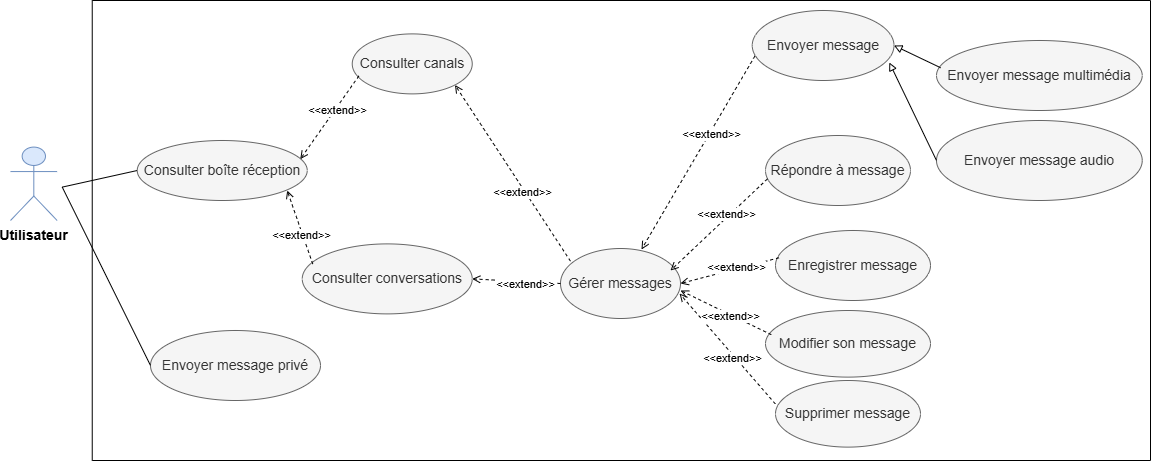
Before: Images/Diagramme cas d'utilisationMessagerie.png, a diagram exported from draw.io (rihab-dev/Rapport-PFE). Source tidied: cells renumbered, new cells last; positions are measured from the earlier drawing's top-left corner, leaving out a move shared by most shapes.
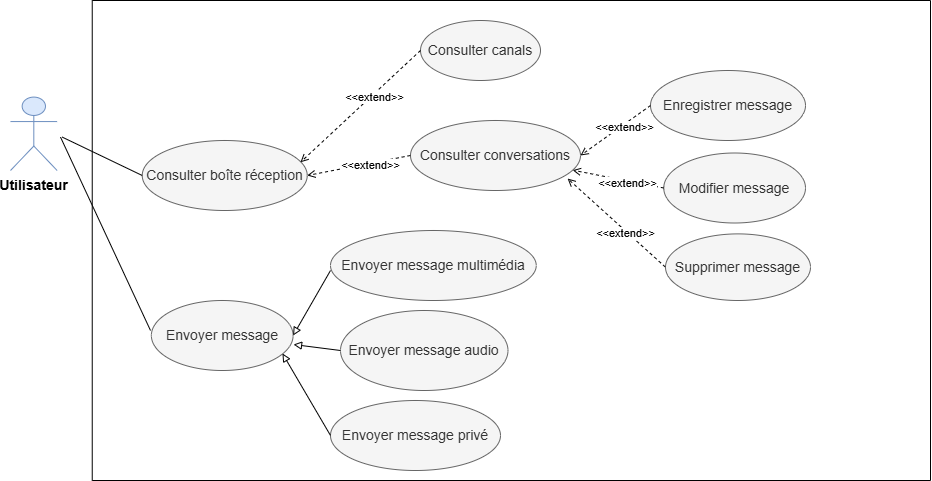
After the commit.

Diff of the diagram source:
```diff
@@ -2,129 +2,95 @@
   <root>
     <mxCell id="0" />
     <mxCell id="1" parent="0" />
-    <mxCell id="2" style="swimlane;startSize=0;" parent="1" vertex="1">
-      <mxGeometry x="81.7" width="1058.3" height="460" as="geometry" />
-    </mxCell>
+    <mxCell id="38" style="swimlane;startSize=0;" parent="1" vertex="1">
+      <mxGeometry x="81.7" y="50" width="838.3" height="480" as="geometry" />
+    </mxCell>
-    <mxCell id="3" value="&lt;font style=&quot;font-size: 14px;&quot;&gt;Consulter canals&lt;/font&gt;" style="ellipse;whiteSpace=wrap;html=1;fillColor=#f5f5f5;fontColor=#333333;strokeColor=#666666;" parent="2" vertex="1">
-      <mxGeometry x="260" y="33.4" width="120" height="60" as="geometry" />
+    <mxCell id="3" value="&lt;font style=&quot;font-size: 14px;&quot;&gt;Consulter canals&lt;/font&gt;" style="ellipse;whiteSpace=wrap;html=1;fillColor=#f5f5f5;fontColor=#333333;strokeColor=#666666;" parent="38" vertex="1">
+      <mxGeometry x="328.3" y="20" width="120" height="60" as="geometry" />
     </mxCell>
-    <mxCell id="4" value="&lt;p&gt;&lt;font style=&quot;font-size: 14px;&quot;&gt;Consulter boîte réception&lt;/font&gt;&lt;/p&gt;" style="ellipse;whiteSpace=wrap;html=1;fillColor=#f5f5f5;fontColor=#333333;strokeColor=#666666;" parent="2" vertex="1">
-      <mxGeometry x="45" y="140" width="170" height="60" as="geometry" />
+    <mxCell id="4" value="&lt;p&gt;&lt;font style=&quot;font-size: 14px;&quot;&gt;Consulter boîte réception&lt;/font&gt;&lt;/p&gt;" style="ellipse;whiteSpace=wrap;html=1;fillColor=#f5f5f5;fontColor=#333333;strokeColor=#666666;" parent="38" vertex="1">
+      <mxGeometry x="50" y="140" width="165" height="70" as="geometry" />
     </mxCell>
-    <mxCell id="5" value="&lt;font style=&quot;font-size: 14px;&quot;&gt;Modifier son message&lt;/font&gt;" style="ellipse;whiteSpace=wrap;html=1;fillColor=#f5f5f5;fontColor=#333333;strokeColor=#666666;" parent="2" vertex="1">
-      <mxGeometry x="673.3" y="310" width="165" height="66.6" as="geometry" />
-    </mxCell>
+    <mxCell id="39" value="&lt;font style=&quot;font-size: 14px;&quot;&gt;Modifier message&lt;/font&gt;" style="ellipse;whiteSpace=wrap;html=1;fillColor=#f5f5f5;fontColor=#333333;strokeColor=#666666;" parent="38" vertex="1">
+      <mxGeometry x="571.5" y="152.5" width="141.7" height="70" as="geometry" />
+    </mxCell>
-    <mxCell id="6" value="&lt;font style=&quot;font-size: 14px;&quot;&gt;Supprimer message&lt;/font&gt;" style="ellipse;whiteSpace=wrap;html=1;fillColor=#f5f5f5;fontColor=#333333;strokeColor=#666666;" parent="2" vertex="1">
-      <mxGeometry x="683.3" y="380" width="145" height="66.6" as="geometry" />
+    <mxCell id="6" value="&lt;font style=&quot;font-size: 14px;&quot;&gt;Supprimer message&lt;/font&gt;" style="ellipse;whiteSpace=wrap;html=1;fillColor=#f5f5f5;fontColor=#333333;strokeColor=#666666;" parent="38" vertex="1">
+      <mxGeometry x="573.3" y="233.4" width="145" height="66.6" as="geometry" />
     </mxCell>
-    <mxCell id="7" value="&lt;font style=&quot;font-size: 14px;&quot;&gt;Consulter conversations&lt;/font&gt;" style="ellipse;whiteSpace=wrap;html=1;fillColor=#f5f5f5;fontColor=#333333;strokeColor=#666666;" parent="2" vertex="1">
-      <mxGeometry x="210" y="243.4" width="170" height="70" as="geometry" />
+    <mxCell id="7" value="&lt;font style=&quot;font-size: 14px;&quot;&gt;Consulter conversations&lt;/font&gt;" style="ellipse;whiteSpace=wrap;html=1;fillColor=#f5f5f5;fontColor=#333333;strokeColor=#666666;" parent="38" vertex="1">
+      <mxGeometry x="318.3" y="120" width="170" height="70" as="geometry" />
     </mxCell>
-    <mxCell id="8" value="&lt;font style=&quot;font-size: 14px;&quot;&gt;Enregistrer message&lt;/font&gt;" style="ellipse;whiteSpace=wrap;html=1;fillColor=#f5f5f5;fontColor=#333333;strokeColor=#666666;" parent="2" vertex="1">
-      <mxGeometry x="683.3" y="230" width="155" height="70" as="geometry" />
+    <mxCell id="8" value="&lt;font style=&quot;font-size: 14px;&quot;&gt;Enregistrer message&lt;/font&gt;" style="ellipse;whiteSpace=wrap;html=1;fillColor=#f5f5f5;fontColor=#333333;strokeColor=#666666;" parent="38" vertex="1">
+      <mxGeometry x="558.3" y="70" width="155" height="70" as="geometry" />
     </mxCell>
-    <mxCell id="9" value="&lt;font style=&quot;font-size: 14px;&quot;&gt;Envoyer message privé&lt;/font&gt;" style="ellipse;whiteSpace=wrap;html=1;fillColor=#f5f5f5;fontColor=#333333;strokeColor=#666666;" parent="2" vertex="1">
-      <mxGeometry x="58.3" y="330" width="170" height="70" as="geometry" />
+    <mxCell id="9" value="&lt;font style=&quot;font-size: 14px;&quot;&gt;Envoyer message privé&lt;/font&gt;" style="ellipse;whiteSpace=wrap;html=1;fillColor=#f5f5f5;fontColor=#333333;strokeColor=#666666;" parent="38" vertex="1">
+      <mxGeometry x="238.3" y="400" width="170" height="70" as="geometry" />
     </mxCell>
-    <mxCell id="10" value="&lt;font style=&quot;font-size: 14px;&quot;&gt;Gérer messages&lt;/font&gt;" style="ellipse;whiteSpace=wrap;html=1;fillColor=#f5f5f5;fontColor=#333333;strokeColor=#666666;" parent="2" vertex="1">
-      <mxGeometry x="468.3" y="248" width="120" height="70" as="geometry" />
-    </mxCell>
-    <mxCell id="11" style="endArrow=open;html=1;rounded=0;exitX=0.083;exitY=0.181;exitDx=0;exitDy=0;endFill=0;dashed=1;exitPerimeter=0;entryX=1;entryY=1;entryDx=0;entryDy=0;" parent="2" edge="1" source="10" target="3">
-      <mxGeometry relative="1" as="geometry" />
-    </mxCell>
-    <mxCell id="12" value="&amp;lt;&amp;lt;extend&amp;gt;&amp;gt;" style="edgeLabel;html=1;align=center;verticalAlign=middle;" parent="11" vertex="1">
-      <mxGeometry x="-0.2" y="2" relative="1" as="geometry" />
-    </mxCell>
-    <mxCell id="13" style="endArrow=open;html=1;rounded=0;endFill=0;dashed=1;entryX=1;entryY=0.5;entryDx=0;entryDy=0;exitX=0;exitY=0.5;exitDx=0;exitDy=0;" parent="2" edge="1" source="10" target="7">
-      <mxGeometry relative="1" as="geometry" />
-    </mxCell>
-    <mxCell id="14" value="&amp;lt;&amp;lt;extend&amp;gt;&amp;gt;" style="edgeLabel;html=1;align=center;verticalAlign=middle;" parent="13" vertex="1">
-      <mxGeometry x="-0.2" y="2" relative="1" as="geometry" />
-    </mxCell>
-    <mxCell id="15" style="endArrow=open;html=1;rounded=0;exitX=0.055;exitY=0.701;exitDx=0;exitDy=0;endFill=0;dashed=1;entryX=0.959;entryY=0.311;entryDx=0;entryDy=0;entryPerimeter=0;exitPerimeter=0;" parent="2" edge="1" source="3" target="4">
+    <mxCell id="15" style="endArrow=open;html=1;rounded=0;exitX=0;exitY=0.5;exitDx=0;exitDy=0;endFill=0;dashed=1;entryX=0.959;entryY=0.311;entryDx=0;entryDy=0;entryPerimeter=0;" parent="38" edge="1" source="3" target="4">
       <mxGeometry relative="1" as="geometry" />
     </mxCell>
-    <mxCell id="16" value="&amp;lt;&amp;lt;extend&amp;gt;&amp;gt;" style="edgeLabel;html=1;align=center;verticalAlign=middle;" parent="15" vertex="1">
-      <mxGeometry x="-0.2" y="2" relative="1" as="geometry" />
-    </mxCell>
+    <mxCell id="40" value="&amp;lt;&amp;lt;extend&amp;gt;&amp;gt;" style="edgeLabel;html=1;align=center;verticalAlign=middle;" parent="15" vertex="1">
+      <mxGeometry x="-0.2" y="2" relative="1" as="geometry" />
+    </mxCell>
-    <mxCell id="17" style="endArrow=open;html=1;rounded=0;exitX=0.062;exitY=0.288;exitDx=0;exitDy=0;endFill=0;dashed=1;entryX=0.882;entryY=0.833;entryDx=0;entryDy=0;entryPerimeter=0;exitPerimeter=0;" parent="2" edge="1" source="7" target="4">
+    <mxCell id="17" style="endArrow=open;html=1;rounded=0;exitX=0;exitY=0.5;exitDx=0;exitDy=0;endFill=0;dashed=1;entryX=1;entryY=0.5;entryDx=0;entryDy=0;" parent="38" edge="1" source="7" target="4">
       <mxGeometry relative="1" as="geometry" />
     </mxCell>
-    <mxCell id="18" value="&amp;lt;&amp;lt;extend&amp;gt;&amp;gt;" style="edgeLabel;html=1;align=center;verticalAlign=middle;" parent="17" vertex="1">
-      <mxGeometry x="-0.2" y="2" relative="1" as="geometry" />
-    </mxCell>
+    <mxCell id="41" value="&amp;lt;&amp;lt;extend&amp;gt;&amp;gt;" style="edgeLabel;html=1;align=center;verticalAlign=middle;" parent="17" vertex="1">
+      <mxGeometry x="-0.2" y="2" relative="1" as="geometry" />
+    </mxCell>
-    <mxCell id="19" value="&lt;font style=&quot;font-size: 14px;&quot;&gt;Envoyer message&lt;/font&gt;" style="ellipse;whiteSpace=wrap;html=1;fillColor=#f5f5f5;fontColor=#333333;strokeColor=#666666;" parent="2" vertex="1">
-      <mxGeometry x="660" y="10" width="141.7" height="70" as="geometry" />
+    <mxCell id="19" value="&lt;font style=&quot;font-size: 14px;&quot;&gt;Envoyer message&lt;/font&gt;" style="ellipse;whiteSpace=wrap;html=1;fillColor=#f5f5f5;fontColor=#333333;strokeColor=#666666;" parent="38" vertex="1">
+      <mxGeometry x="59.1" y="300" width="141.7" height="70" as="geometry" />
     </mxCell>
-    <mxCell id="20" style="endArrow=open;html=1;rounded=0;exitX=0.019;exitY=0.65;exitDx=0;exitDy=0;endFill=0;dashed=1;exitPerimeter=0;entryX=0.675;entryY=0.014;entryDx=0;entryDy=0;entryPerimeter=0;" parent="2" edge="1" source="19" target="10">
-      <mxGeometry relative="1" as="geometry" />
-    </mxCell>
-    <mxCell id="21" value="&amp;lt;&amp;lt;extend&amp;gt;&amp;gt;" style="edgeLabel;html=1;align=center;verticalAlign=middle;" parent="20" vertex="1">
-      <mxGeometry x="-0.2" y="2" relative="1" as="geometry" />
-    </mxCell>
-    <mxCell id="22" style="endArrow=open;html=1;rounded=0;exitX=-0.001;exitY=0.352;exitDx=0;exitDy=0;endFill=0;dashed=1;entryX=0.992;entryY=0.643;entryDx=0;entryDy=0;entryPerimeter=0;exitPerimeter=0;" parent="2" edge="1" source="6" target="10">
-      <mxGeometry relative="1" as="geometry" />
-    </mxCell>
-    <mxCell id="23" value="&amp;lt;&amp;lt;extend&amp;gt;&amp;gt;" style="edgeLabel;html=1;align=center;verticalAlign=middle;" parent="22" vertex="1">
-      <mxGeometry x="-0.2" y="2" relative="1" as="geometry">
-        <mxPoint x="-4" y="-3" as="offset" />
-      </mxGeometry>
-    </mxCell>
-    <mxCell id="24" value="&lt;span style=&quot;font-size: 14px;&quot;&gt;Envoyer message multimédia&lt;/span&gt;" style="ellipse;whiteSpace=wrap;html=1;fillColor=#f5f5f5;fontColor=#333333;strokeColor=#666666;" parent="2" vertex="1">
-      <mxGeometry x="844.3" y="40" width="205.7" height="70" as="geometry" />
+    <mxCell id="24" value="&lt;span style=&quot;font-size: 14px;&quot;&gt;Envoyer message multimédia&lt;/span&gt;" style="ellipse;whiteSpace=wrap;html=1;fillColor=#f5f5f5;fontColor=#333333;strokeColor=#666666;" parent="38" vertex="1">
+      <mxGeometry x="238.3" y="230" width="205.7" height="70" as="geometry" />
     </mxCell>
-    <mxCell id="25" value="&lt;span style=&quot;font-size: 14px;&quot;&gt;Envoyer message audio&lt;/span&gt;" style="ellipse;whiteSpace=wrap;html=1;fillColor=#f5f5f5;fontColor=#333333;strokeColor=#666666;" parent="2" vertex="1">
-      <mxGeometry x="844.3" y="120" width="205.7" height="80" as="geometry" />
+    <mxCell id="25" value="&lt;span style=&quot;font-size: 14px;&quot;&gt;Envoyer message audio&lt;/span&gt;" style="ellipse;whiteSpace=wrap;html=1;fillColor=#f5f5f5;fontColor=#333333;strokeColor=#666666;" parent="38" vertex="1">
+      <mxGeometry x="248.3" y="310" width="167.5" height="80" as="geometry" />
     </mxCell>
-    <mxCell id="26" style="endArrow=block;html=1;rounded=0;endFill=0;entryX=1;entryY=0.5;entryDx=0;entryDy=0;exitX=0.02;exitY=0.389;exitDx=0;exitDy=0;exitPerimeter=0;" parent="2" edge="1" source="24" target="19">
-      <mxGeometry relative="1" as="geometry" />
-    </mxCell>
+    <mxCell id="42" style="endArrow=block;html=1;rounded=0;endFill=0;entryX=1;entryY=0.5;entryDx=0;entryDy=0;" parent="38" edge="1" target="19">
+      <mxGeometry relative="1" as="geometry">
+        <mxPoint x="238.3" y="270" as="sourcePoint" />
+      </mxGeometry>
+    </mxCell>
-    <mxCell id="27" style="endArrow=block;html=1;rounded=0;endFill=0;entryX=0.967;entryY=0.743;entryDx=0;entryDy=0;exitX=0;exitY=0.5;exitDx=0;exitDy=0;entryPerimeter=0;" parent="2" edge="1" source="25" target="19">
+    <mxCell id="27" style="endArrow=block;html=1;rounded=0;endFill=0;entryX=1.003;entryY=0.629;entryDx=0;entryDy=0;exitX=0;exitY=0.5;exitDx=0;exitDy=0;entryPerimeter=0;" parent="38" edge="1" source="25" target="19">
       <mxGeometry relative="1" as="geometry" />
     </mxCell>
-    <mxCell id="28" value="&lt;font style=&quot;font-size: 14px;&quot;&gt;Répondre à message&lt;/font&gt;" style="ellipse;whiteSpace=wrap;html=1;fillColor=#f5f5f5;fontColor=#333333;strokeColor=#666666;" parent="2" vertex="1">
-      <mxGeometry x="673.3" y="135" width="145" height="70" as="geometry" />
-    </mxCell>
-    <mxCell id="29" style="endArrow=open;html=1;rounded=0;exitX=0.035;exitY=0.363;exitDx=0;exitDy=0;endFill=0;dashed=1;exitPerimeter=0;" parent="2" edge="1" source="5">
-      <mxGeometry relative="1" as="geometry">
-        <mxPoint x="588.3" y="290" as="targetPoint" />
-      </mxGeometry>
-    </mxCell>
-    <mxCell id="30" value="&amp;lt;&amp;lt;extend&amp;gt;&amp;gt;" style="edgeLabel;html=1;align=center;verticalAlign=middle;" parent="29" vertex="1">
-      <mxGeometry x="-0.2" y="2" relative="1" as="geometry">
-        <mxPoint x="-4" y="-3" as="offset" />
-      </mxGeometry>
-    </mxCell>
-    <mxCell id="31" style="endArrow=open;html=1;rounded=0;exitX=0.022;exitY=0.39;exitDx=0;exitDy=0;endFill=0;dashed=1;entryX=1;entryY=0.5;entryDx=0;entryDy=0;entryPerimeter=0;exitPerimeter=0;" parent="2" edge="1" source="8" target="10">
-      <mxGeometry relative="1" as="geometry" />
-    </mxCell>
-    <mxCell id="32" value="&amp;lt;&amp;lt;extend&amp;gt;&amp;gt;" style="edgeLabel;html=1;align=center;verticalAlign=middle;" parent="31" vertex="1">
-      <mxGeometry x="-0.2" y="2" relative="1" as="geometry">
-        <mxPoint x="-4" y="-3" as="offset" />
-      </mxGeometry>
-    </mxCell>
-    <mxCell id="33" style="endArrow=open;html=1;rounded=0;exitX=0.014;exitY=0.619;exitDx=0;exitDy=0;endFill=0;dashed=1;entryX=0.992;entryY=0.643;entryDx=0;entryDy=0;entryPerimeter=0;exitPerimeter=0;" parent="2" edge="1" source="28">
-      <mxGeometry relative="1" as="geometry">
-        <mxPoint x="578.3" y="270" as="targetPoint" />
-      </mxGeometry>
-    </mxCell>
-    <mxCell id="34" value="&amp;lt;&amp;lt;extend&amp;gt;&amp;gt;" style="edgeLabel;html=1;align=center;verticalAlign=middle;" parent="33" vertex="1">
-      <mxGeometry x="-0.2" y="2" relative="1" as="geometry">
-        <mxPoint x="-4" y="-3" as="offset" />
-      </mxGeometry>
-    </mxCell>
+    <mxCell id="43" style="endArrow=block;html=1;rounded=0;endFill=0;entryX=0.925;entryY=0.757;entryDx=0;entryDy=0;exitX=0;exitY=0.5;exitDx=0;exitDy=0;entryPerimeter=0;" parent="38" edge="1" source="9" target="19">
+      <mxGeometry relative="1" as="geometry" />
+    </mxCell>
+    <mxCell id="44" style="endArrow=open;html=1;rounded=0;exitX=0;exitY=0.5;exitDx=0;exitDy=0;endFill=0;dashed=1;" parent="38" edge="1" source="8">
+      <mxGeometry relative="1" as="geometry">
+        <mxPoint x="488.3" y="155" as="targetPoint" />
+      </mxGeometry>
+    </mxCell>
+    <mxCell id="45" value="&amp;lt;&amp;lt;extend&amp;gt;&amp;gt;" style="edgeLabel;html=1;align=center;verticalAlign=middle;" parent="44" vertex="1">
+      <mxGeometry x="-0.2" y="2" relative="1" as="geometry" />
+    </mxCell>
+    <mxCell id="46" style="endArrow=open;html=1;rounded=0;exitX=0;exitY=0.5;exitDx=0;exitDy=0;endFill=0;dashed=1;" parent="38" edge="1" source="39" target="7">
+      <mxGeometry relative="1" as="geometry" />
+    </mxCell>
+    <mxCell id="47" value="&amp;lt;&amp;lt;extend&amp;gt;&amp;gt;" style="edgeLabel;html=1;align=center;verticalAlign=middle;" parent="46" vertex="1">
+      <mxGeometry x="-0.2" y="2" relative="1" as="geometry" />
+    </mxCell>
+    <mxCell id="48" style="endArrow=open;html=1;rounded=0;exitX=0;exitY=0.5;exitDx=0;exitDy=0;endFill=0;dashed=1;entryX=0.924;entryY=0.829;entryDx=0;entryDy=0;entryPerimeter=0;" parent="38" edge="1" source="6" target="7">
+      <mxGeometry relative="1" as="geometry" />
+    </mxCell>
+    <mxCell id="49" value="&amp;lt;&amp;lt;extend&amp;gt;&amp;gt;" style="edgeLabel;html=1;align=center;verticalAlign=middle;" parent="48" vertex="1">
+      <mxGeometry x="-0.2" y="2" relative="1" as="geometry" />
+    </mxCell>
     <mxCell id="35" value="&lt;b&gt;&lt;font style=&quot;font-size: 14px;&quot;&gt;Utilisateur&lt;/font&gt;&lt;/b&gt;" style="shape=umlActor;verticalLabelPosition=bottom;verticalAlign=top;html=1;fillColor=#dae8fc;strokeColor=#6c8ebf;" parent="1" vertex="1">
       <mxGeometry y="146.6" width="46.6" height="73.4" as="geometry" />
     </mxCell>
-    <mxCell id="36" style="endArrow=none;html=1;rounded=0;entryX=0;entryY=0.5;entryDx=0;entryDy=0;" parent="1" edge="1" target="4">
-      <mxGeometry relative="1" as="geometry">
-        <mxPoint x="51.7" y="186.6" as="sourcePoint" />
-      </mxGeometry>
-    </mxCell>
-    <mxCell id="37" style="endArrow=none;html=1;rounded=0;entryX=0;entryY=0.5;entryDx=0;entryDy=0;" parent="1" edge="1" target="9">
-      <mxGeometry relative="1" as="geometry">
-        <mxPoint x="51.7" y="186.6" as="sourcePoint" />
-      </mxGeometry>
-    </mxCell>
+    <mxCell id="50" style="endArrow=none;html=1;rounded=0;entryX=0;entryY=0.5;entryDx=0;entryDy=0;" parent="1" edge="1" target="4">
+      <mxGeometry relative="1" as="geometry">
+        <mxPoint x="51.7" y="186.6" as="sourcePoint" />
+      </mxGeometry>
+    </mxCell>
+    <mxCell id="51" style="endArrow=none;html=1;rounded=0;" parent="1" edge="1">
+      <mxGeometry relative="1" as="geometry">
+        <mxPoint x="50" y="186.6" as="sourcePoint" />
+        <mxPoint x="140" y="380" as="targetPoint" />
+      </mxGeometry>
+    </mxCell>
   </root>
 </mxGraphModel>
```
